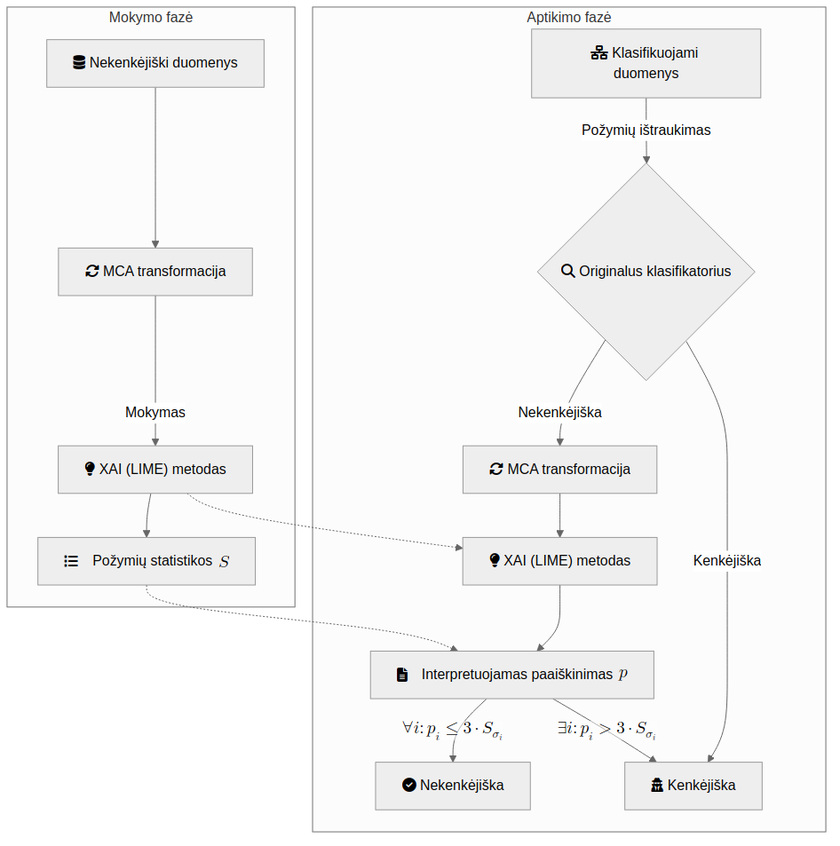
The Mermaid diagram images/original.png in onlyidev/bachelor.thesis, before a commit. Its source is kept beside it as diagrams/original.mmd.
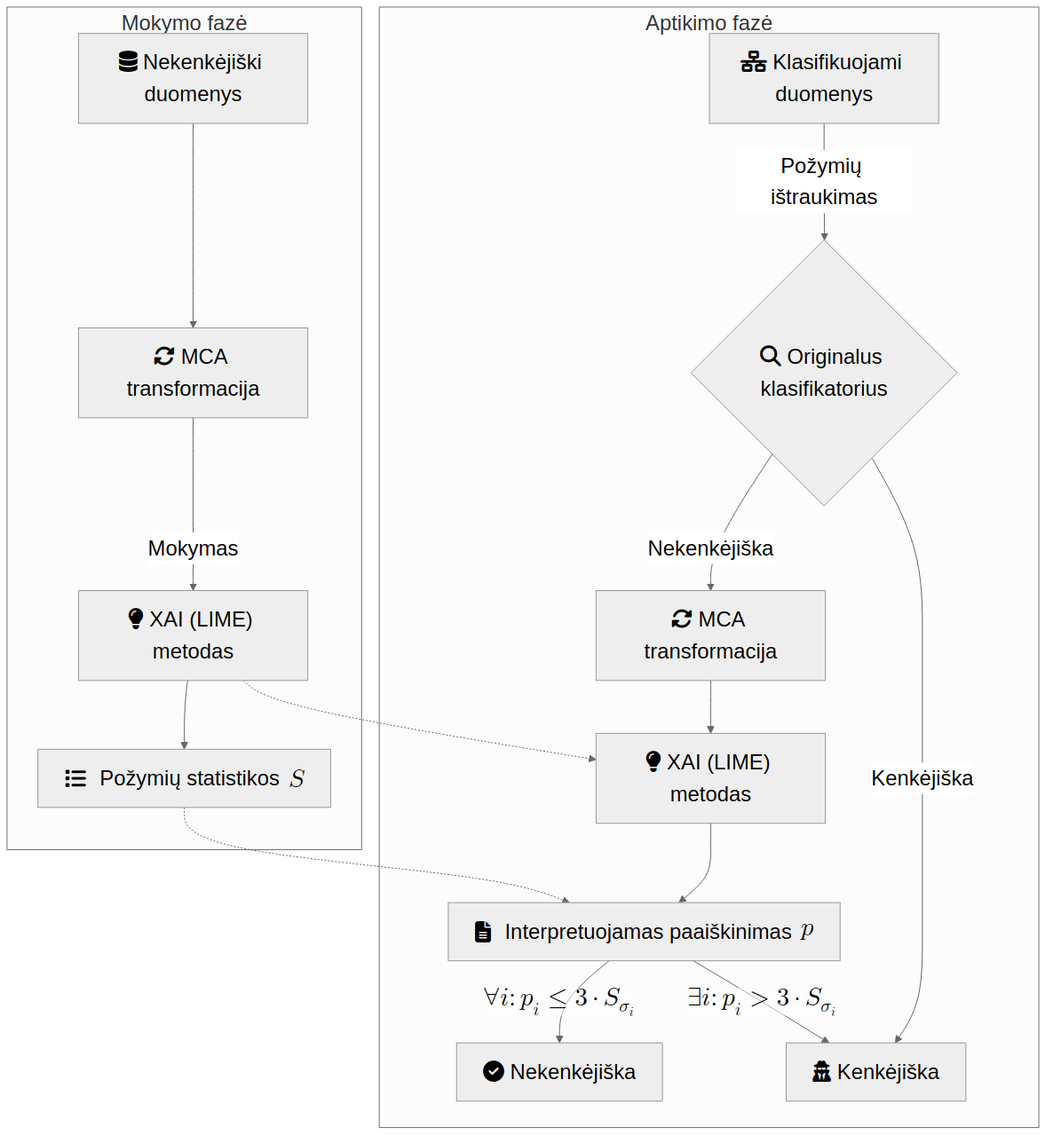
Later version of the same file.

Diff of the diagram source:
```diff
@@ -1,3 +1,11 @@
+---
+config:
+    themeVariables:
+        fontSize: 24px
+    flowchart:
+        curve: "basis"
+        rankSpacing: 60
+---
 graph TD
     subgraph Mokymo fazė
         A[<i class='fa fa-database'></i> Nekenkėjiški duomenys] --> MCA1[" <i class='fa fa-rotate'></i> MCA transformacija"] -- Mokymas --> C["<i class='fa fa-lightbulb'></i> XAI (LIME) metodas"];
```
